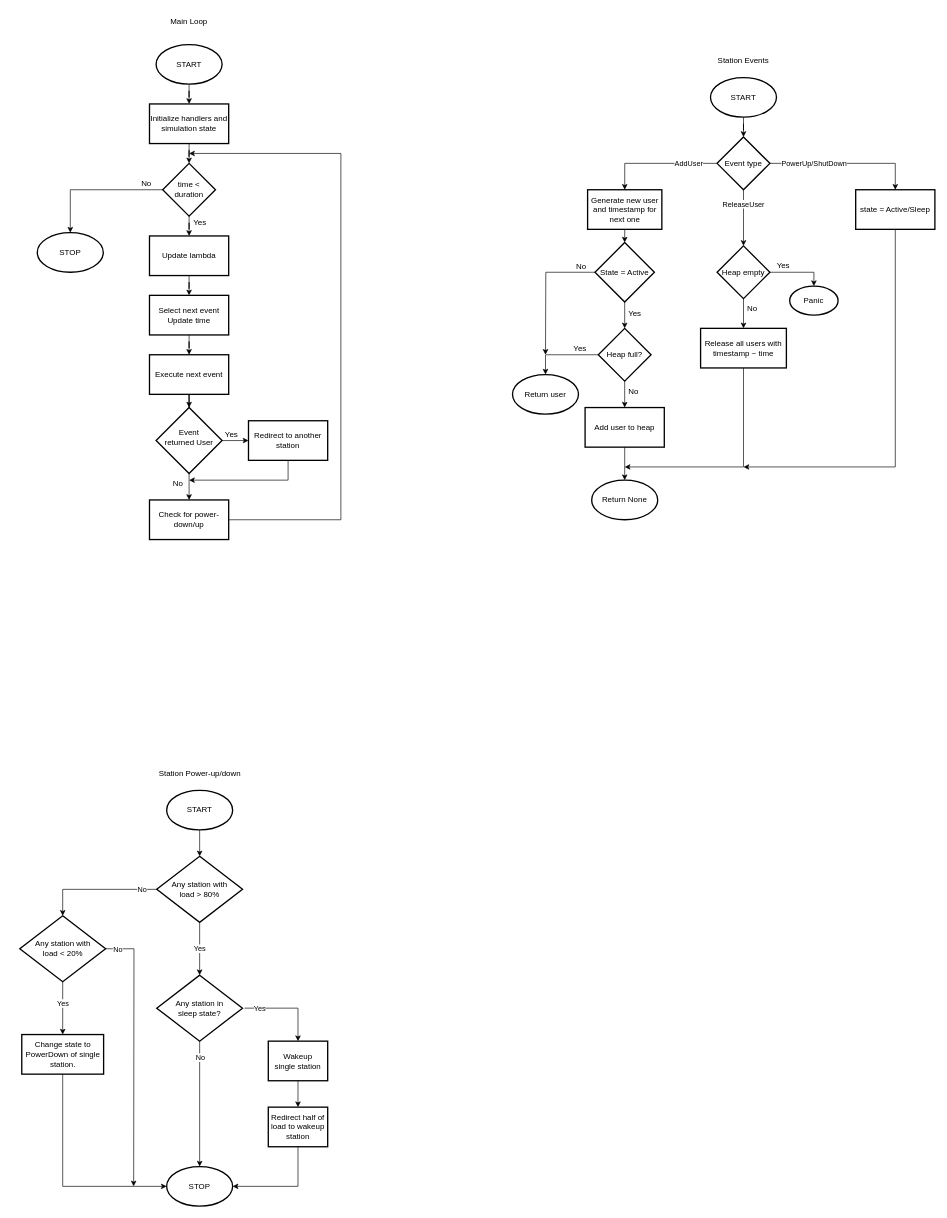
Above: docs/loop_diagram.drawio in jakubkruszyk/cassidy (draw.io), before the change. Source tidied: cells renumbered, new cells numbered last; positions are measured from the earlier drawing's top-left corner, leaving out a move shared by most shapes. Both pictures are drawn from the tidied source at 66%, with x=0, y=0 at pixel (20, 11).
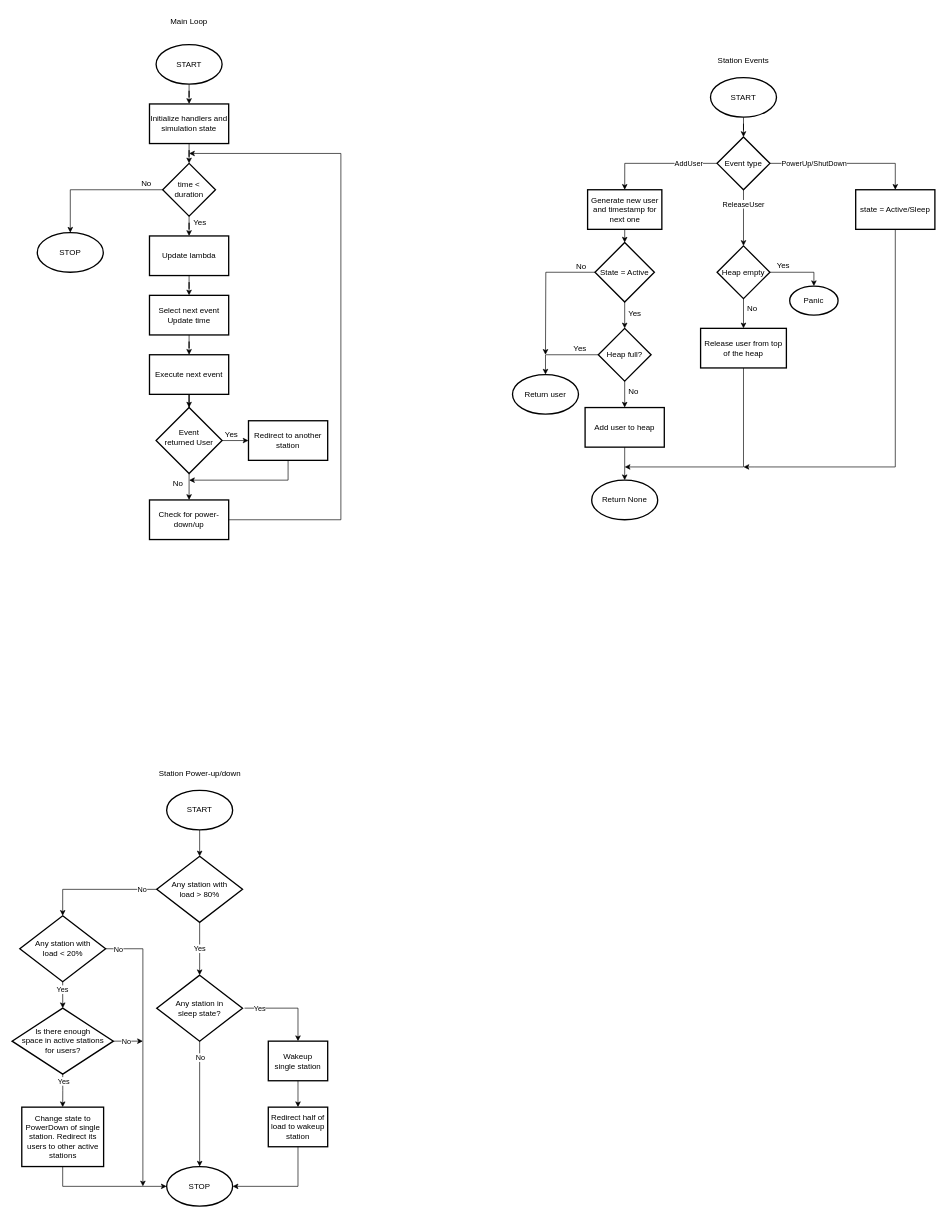
Above is the later version.

The change refers to these unchanged cells:
```xml
<mxCell id="83" value="Any station with&lt;br&gt;load &amp;lt; 20%" style="rhombus;whiteSpace=wrap;html=1;strokeWidth=2;" parent="1" vertex="1">
  <mxGeometry x="-0.5" y="1370" width="130" height="100" as="geometry" />
</mxCell>
```

What changed in the source:
```diff
@@
-    <mxCell id="53" value="Release all users with timestamp ~ time" style="whiteSpace=wrap;html=1;strokeWidth=2;" parent="1" vertex="1">
+    <mxCell id="53" value="Release user from top of the heap" style="whiteSpace=wrap;html=1;strokeWidth=2;" parent="1" vertex="1">
       <mxGeometry x="1031" y="480" width="130" height="60" as="geometry" />
     </mxCell>
@@
-    <mxCell id="79" style="edgeStyle=orthogonalEdgeStyle;rounded=0;jettySize=auto;html=1;" parent="1" edge="1" source="83" target="84">
-      <mxGeometry relative="1" as="geometry" />
-    </mxCell>
-    <mxCell id="80" value="Yes" style="edgeLabel;html=1;align=center;verticalAlign=middle;" parent="79" vertex="1">
-      <mxGeometry x="-0.19" relative="1" as="geometry" />
-    </mxCell>
     <mxCell id="81" style="edgeStyle=orthogonalEdgeStyle;rounded=0;jettySize=auto;html=1;exitX=1;exitY=0.5;exitDx=0;exitDy=0;" parent="1" edge="1" source="83">
       <mxGeometry relative="1" as="geometry">
-        <mxPoint x="172" y="1780" as="targetPoint" />
+        <mxPoint x="186" y="1780" as="targetPoint" />
+        <Array as="points">
+          <mxPoint x="186" y="1420" />
+          <mxPoint x="186" y="1780" />
+        </Array>
       </mxGeometry>
     </mxCell>
@@
+    <mxCell id="88" style="edgeStyle=orthogonalEdgeStyle;rounded=0;jettySize=auto;html=1;" parent="1" edge="1" source="83" target="94">
+      <mxGeometry relative="1" as="geometry" />
+    </mxCell>
+    <mxCell id="89" value="Yes" style="edgeLabel;html=1;align=center;verticalAlign=middle;" parent="88" vertex="1">
+      <mxGeometry x="-0.46" y="-1" relative="1" as="geometry" />
+    </mxCell>
@@
-    <mxCell id="84" value="Change state to PowerDown of single station." style="whiteSpace=wrap;html=1;strokeWidth=2;" parent="1" vertex="1">
-      <mxGeometry x="2.5" y="1550" width="124" height="60" as="geometry" />
+    <mxCell id="84" value="Change state to PowerDown of single station. Redirect its users to other active stations" style="whiteSpace=wrap;html=1;strokeWidth=2;" parent="1" vertex="1">
+      <mxGeometry x="2.5" y="1660" width="124" height="90" as="geometry" />
     </mxCell>
@@
+    <mxCell id="90" style="edgeStyle=orthogonalEdgeStyle;rounded=0;jettySize=auto;html=1;exitX=0.5;exitY=1;exitDx=0;exitDy=0;entryX=0.5;entryY=0;entryDx=0;entryDy=0;" parent="1" edge="1" source="94" target="84">
+      <mxGeometry relative="1" as="geometry" />
+    </mxCell>
+    <mxCell id="91" value="Yes" style="edgeLabel;html=1;align=center;verticalAlign=middle;" parent="90" vertex="1">
+      <mxGeometry x="-0.55" y="1" relative="1" as="geometry" />
+    </mxCell>
+    <mxCell id="92" style="edgeStyle=orthogonalEdgeStyle;rounded=0;jettySize=auto;html=1;exitX=1;exitY=0.5;exitDx=0;exitDy=0;" parent="1" edge="1" source="94">
+      <mxGeometry relative="1" as="geometry">
+        <mxPoint x="186" y="1560" as="targetPoint" />
+      </mxGeometry>
+    </mxCell>
+    <mxCell id="93" value="No" style="edgeLabel;html=1;align=center;verticalAlign=middle;" parent="92" vertex="1">
+      <mxGeometry x="-0.25" relative="1" as="geometry">
+        <mxPoint x="2" as="offset" />
+      </mxGeometry>
+    </mxCell>
+    <mxCell id="94" value="Is there enough&lt;br&gt;space in active stations&lt;br&gt;for users?" style="rhombus;whiteSpace=wrap;html=1;strokeWidth=2;" parent="1" vertex="1">
+      <mxGeometry x="-12.2" y="1510" width="153.5" height="100" as="geometry" />
+    </mxCell>
```
